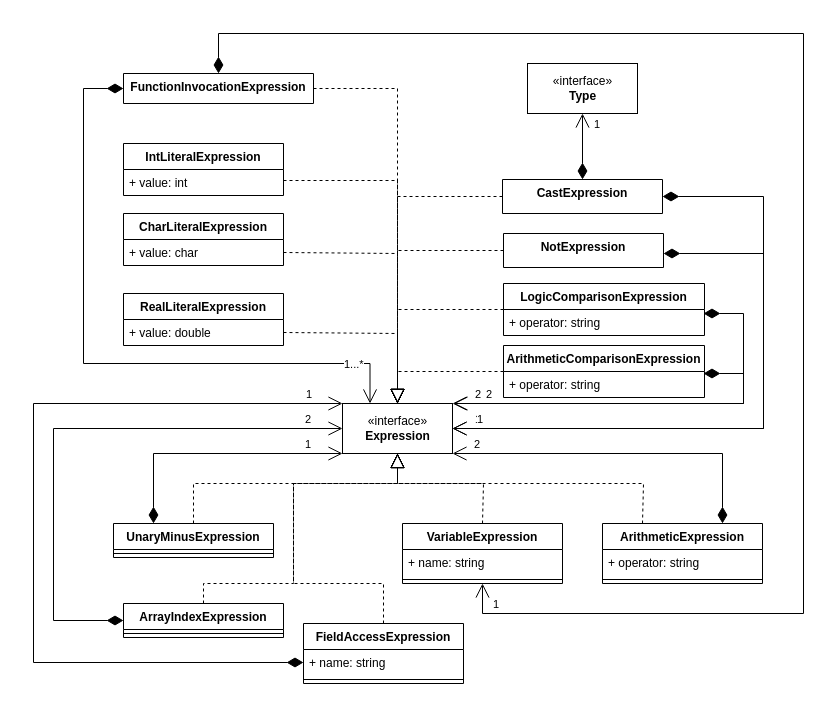
This is page "Expression" (2 of 4) of uml-diagrams/dlp-uml-v2.drawio from jbritosm/dlp-lab, a draw.io file, before an edit. Source tidied: cells renumbered, new cells numbered last; positions are measured from the earlier drawing's top-left corner, leaving out a move shared by most shapes. Both pictures are drawn from the tidied source at 100%, with x=0, y=0 at pixel (33, 33).
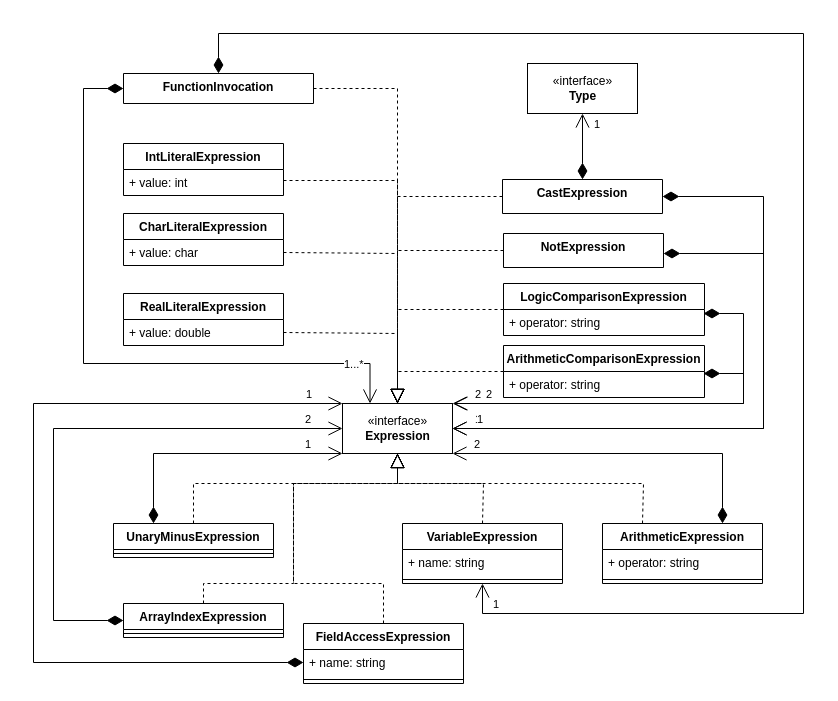
After the change.

Change to the diagram source:
```diff
@@
-    <mxCell id="50" value="FunctionInvocationExpression" style="swimlane;fontStyle=1;align=center;verticalAlign=top;horizontal=1;startSize=52;" parent="1" vertex="1">
+    <mxCell id="50" value="FunctionInvocation" style="swimlane;fontStyle=1;align=center;verticalAlign=top;horizontal=1;startSize=52;" parent="1" vertex="1">
       <mxGeometry x="90" y="40" width="190" height="30" as="geometry" />
     </mxCell>
```
